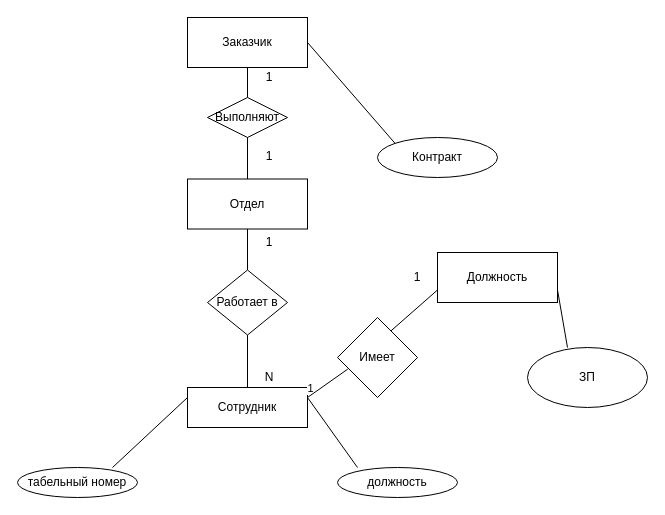
Above: Srez_TRPO.drawio in borisyazhov/TRPO_DIAGRAM (draw.io), before the change. Source tidied: cells renumbered, new cells numbered last; positions are measured from the earlier drawing's top-left corner, leaving out a move shared by most shapes. Both pictures are drawn from the tidied source at 100%, with x=0, y=0 at pixel (17, 17).
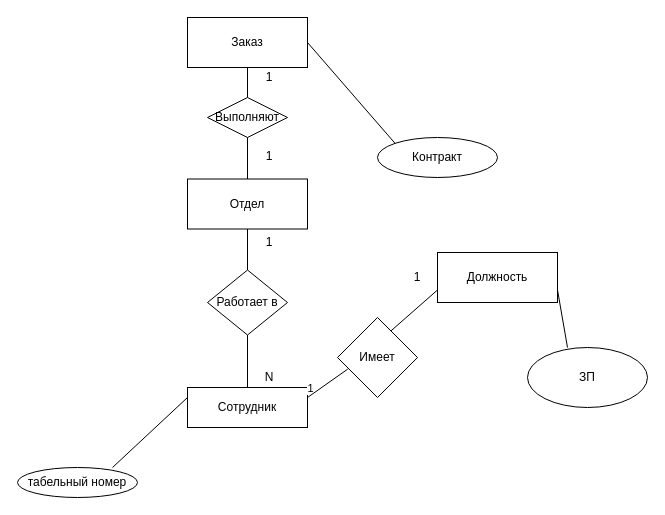
After the change.

Unchanged cells that the change refers to:
```xml
<mxCell id="3" value="Сотрудник&lt;br&gt;" style="rounded=0;whiteSpace=wrap;html=1;" parent="1" vertex="1">
  <mxGeometry x="170" y="370" width="120" height="40" as="geometry" />
</mxCell>
```

What changed in the source:
```diff
@@
-    <mxCell id="5" value="должность" style="ellipse;whiteSpace=wrap;html=1;" parent="1" vertex="1">
-      <mxGeometry x="320" y="450" width="120" height="30" as="geometry" />
-    </mxCell>
@@
-    <mxCell id="7" style="endArrow=none;html=1;entryX=1;entryY=0.25;entryDx=0;entryDy=0;" parent="1" edge="1" target="3">
-      <mxGeometry relative="1" as="geometry">
-        <mxPoint x="340" y="450" as="sourcePoint" />
-      </mxGeometry>
-    </mxCell>
@@
-    <mxCell id="16" value="Заказчик" style="rounded=0;whiteSpace=wrap;html=1;" parent="1" vertex="1">
+    <mxCell id="16" value="Заказ" style="rounded=0;whiteSpace=wrap;html=1;" parent="1" vertex="1">
       <mxGeometry x="170" width="120" height="50" as="geometry" />
     </mxCell>
```
